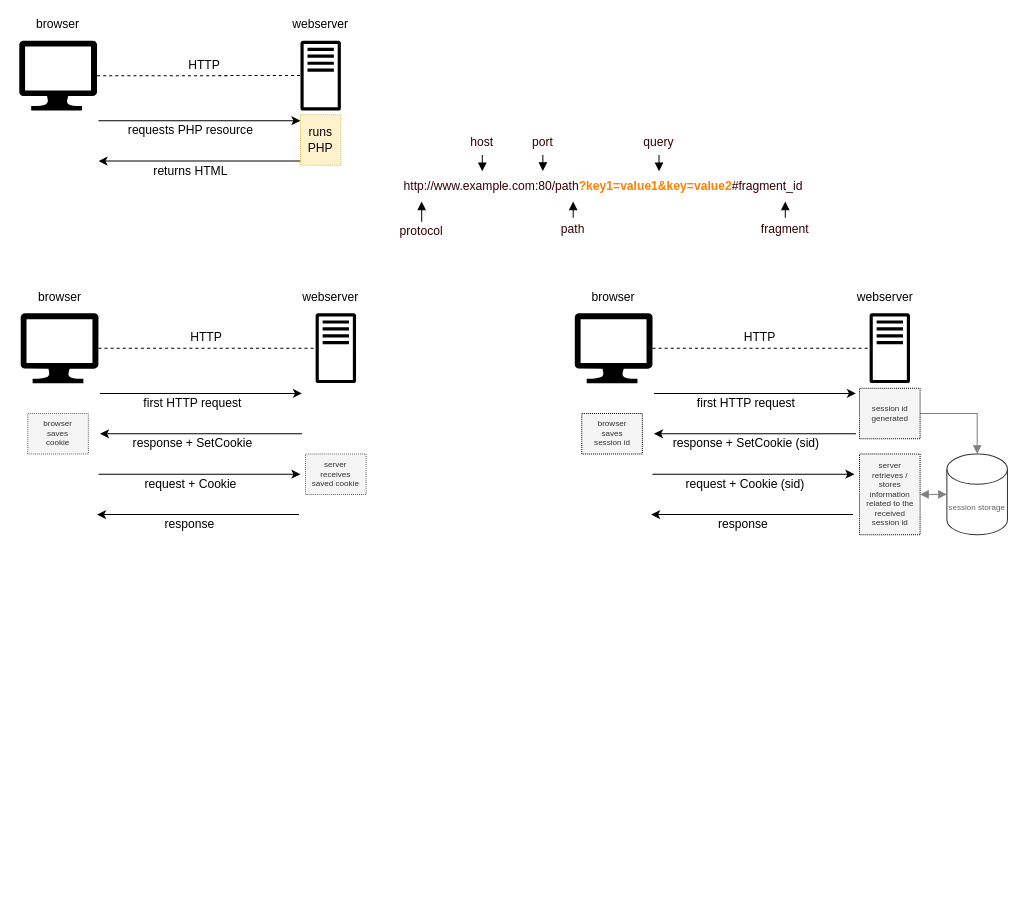
This is assets/php/assets.drawio from arestivo/slides, a draw.io file, before an edit. Source tidied: cells renumbered, new cells numbered last; positions are measured from the earlier drawing's top-left corner, leaving out a move shared by most shapes. Both pictures are drawn from the tidied source at 101%, with x=0, y=0 at pixel (17, 19).
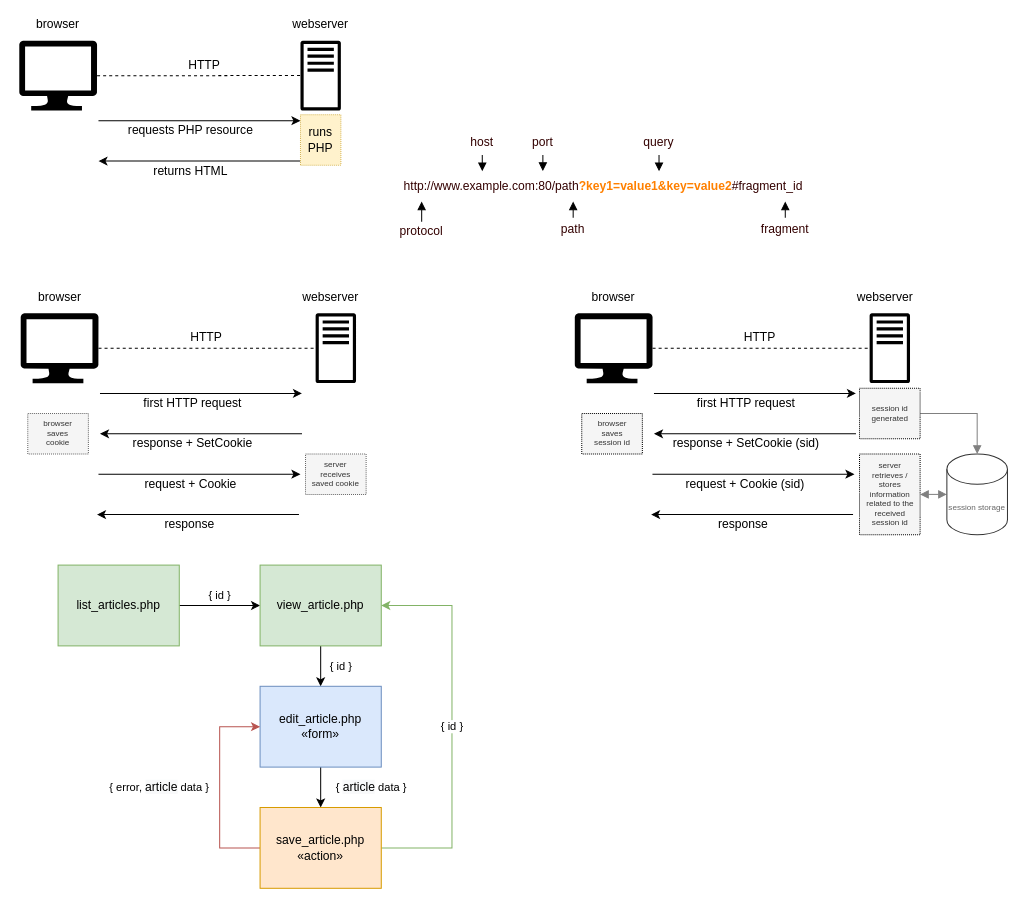
After the change.

Commit message (it also covers changes not shown here):
Update PHP slides

What changed in the source:
```diff
@@
+    <mxCell id="52" value="{ id }" style="edgeStyle=orthogonalEdgeStyle;rounded=0;jettySize=auto;html=1;" parent="1" edge="1" source="53" target="55">
+      <mxGeometry y="10" relative="1" as="geometry" />
+    </mxCell>
+    <mxCell id="53" value="list_articles.php" style="rounded=0;whiteSpace=wrap;html=1;fillColor=#d5e8d4;strokeColor=#82b366;" parent="1" vertex="1">
+      <mxGeometry x="40" y="540" width="120" height="80" as="geometry" />
+    </mxCell>
+    <mxCell id="54" value="{ id }" style="edgeStyle=orthogonalEdgeStyle;rounded=0;jettySize=auto;html=1;" parent="1" edge="1" source="55" target="57">
+      <mxGeometry y="20" relative="1" as="geometry" />
+    </mxCell>
+    <mxCell id="55" value="view_article.php" style="rounded=0;whiteSpace=wrap;html=1;fillColor=#d5e8d4;strokeColor=#82b366;" parent="1" vertex="1">
+      <mxGeometry x="240" y="540" width="120" height="80" as="geometry" />
+    </mxCell>
+    <mxCell id="56" value="{&amp;nbsp;&lt;span style=&quot;font-size: 12px ; background-color: rgb(248 , 249 , 250)&quot;&gt;article&lt;/span&gt;&amp;nbsp;data }" style="edgeStyle=orthogonalEdgeStyle;rounded=0;jettySize=auto;html=1;" parent="1" edge="1" source="57" target="60">
+      <mxGeometry y="50" relative="1" as="geometry" />
+    </mxCell>
+    <mxCell id="57" value="edit_article.php&lt;br&gt;«form»" style="rounded=0;whiteSpace=wrap;html=1;fillColor=#dae8fc;strokeColor=#6c8ebf;" parent="1" vertex="1">
+      <mxGeometry x="240" y="660" width="120" height="80" as="geometry" />
+    </mxCell>
+    <mxCell id="58" value="{ error,&amp;nbsp;&lt;span style=&quot;font-size: 12px ; background-color: rgb(248 , 249 , 250)&quot;&gt;article&lt;/span&gt;&amp;nbsp;data }" style="edgeStyle=orthogonalEdgeStyle;rounded=0;jettySize=auto;html=1;fillColor=#f8cecc;strokeColor=#b85450;" parent="1" edge="1" source="60" target="57">
+      <mxGeometry y="60" relative="1" as="geometry">
+        <Array as="points">
+          <mxPoint x="200" y="820" />
+          <mxPoint x="200" y="700" />
+        </Array>
+      </mxGeometry>
+    </mxCell>
+    <mxCell id="59" value="{ id }" style="edgeStyle=orthogonalEdgeStyle;rounded=0;jettySize=auto;html=1;fillColor=#d5e8d4;strokeColor=#82b366;" parent="1" edge="1" source="60" target="55">
+      <mxGeometry relative="1" as="geometry">
+        <Array as="points">
+          <mxPoint x="430" y="820" />
+          <mxPoint x="430" y="580" />
+        </Array>
+      </mxGeometry>
+    </mxCell>
+    <mxCell id="60" value="save_article.php&lt;br&gt;«action»" style="rounded=0;whiteSpace=wrap;html=1;fillColor=#ffe6cc;strokeColor=#d79b00;" parent="1" vertex="1">
+      <mxGeometry x="240" y="780" width="120" height="80" as="geometry" />
+    </mxCell>
```
